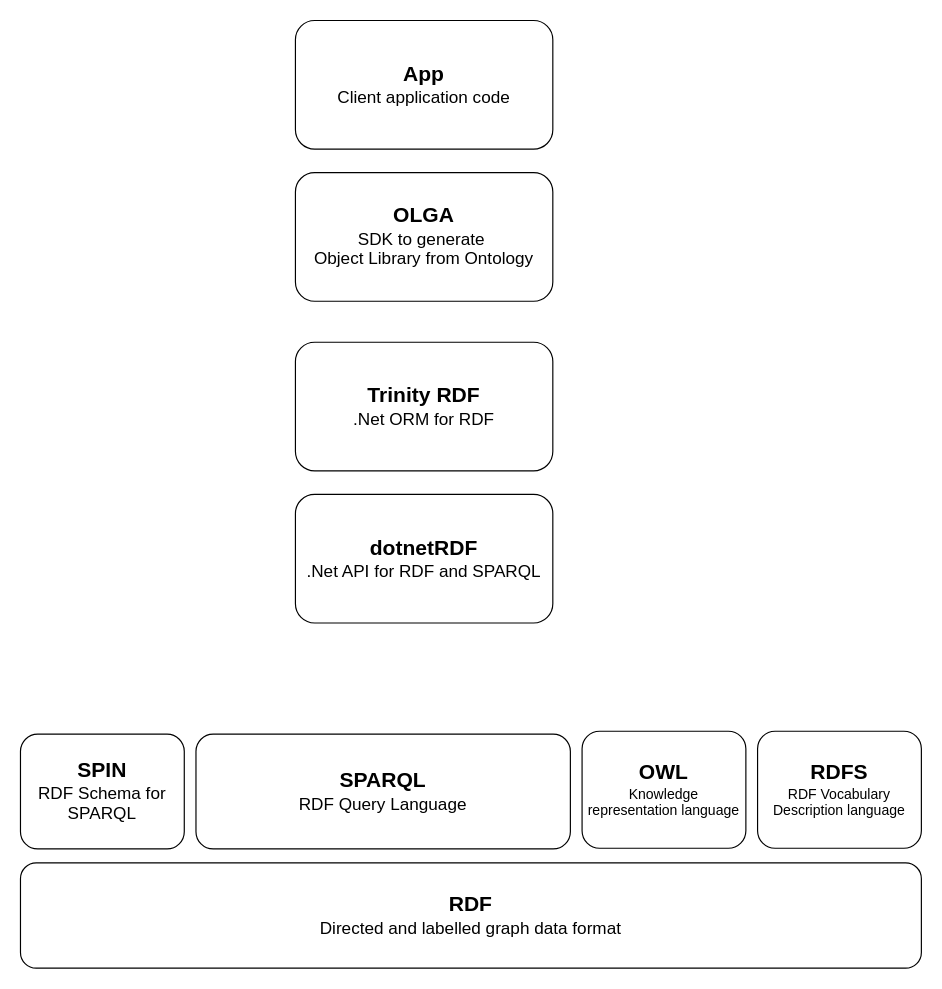
This is page "Page-1" (1 of 2) of RDF.drawio from ganijon/notes, a draw.io file, before an edit. Source tidied: cells renumbered, new cells numbered last; positions are measured from the earlier drawing's top-left corner, leaving out a move shared by most shapes. Both pictures are drawn from the tidied source at 117%, with x=0, y=0 at pixel (20, 20).
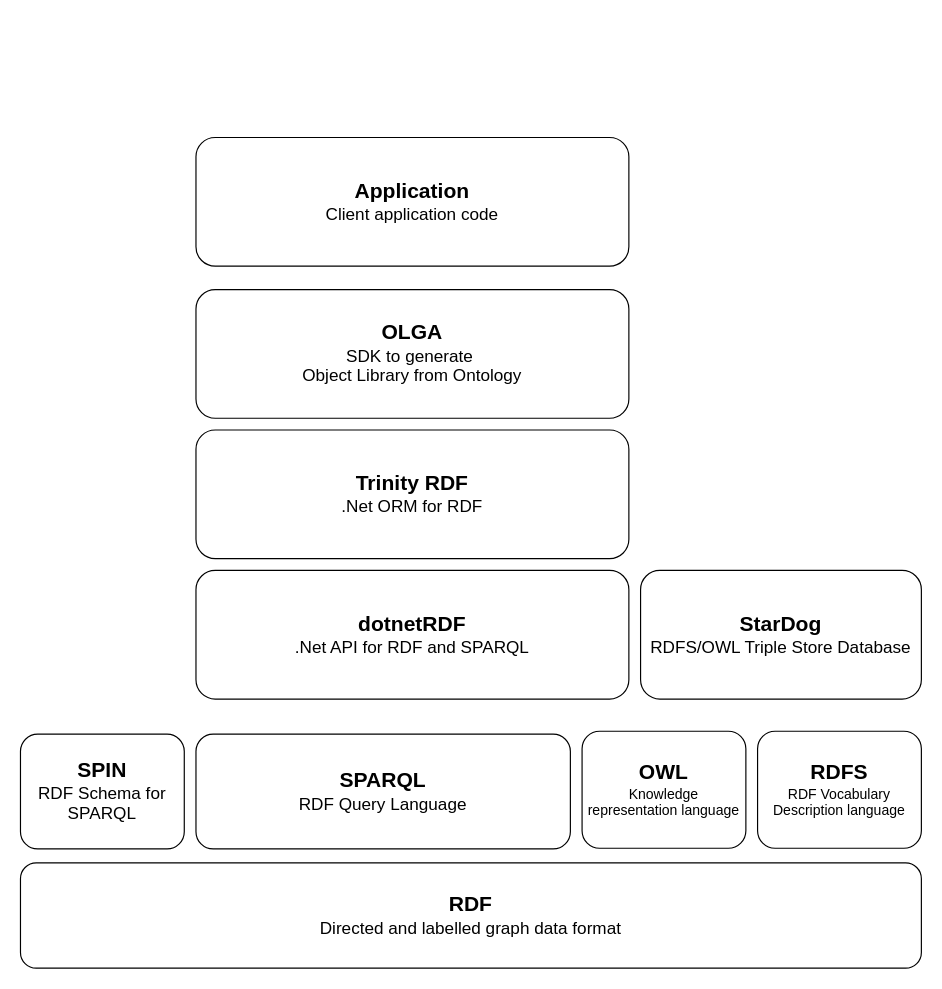
After the change.

Change to the diagram source:
```diff
@@
 <mxGraphModel>
   <root>
     <mxCell id="0" />
     <mxCell id="1" parent="0" />
     <mxCell id="2" value="&lt;font style=&quot;font-size: 18px&quot;&gt;&lt;b&gt;RDF&lt;/b&gt;&lt;/font&gt;&lt;br&gt;&lt;p style=&quot;margin-top: 0pt ; margin-bottom: 0pt ; margin-left: 0in ; direction: ltr ; unicode-bidi: embed ; word-break: normal&quot;&gt;&lt;span style=&quot;font-size: 11pt ; font-family: &amp;#34;calibri&amp;#34;&quot;&gt;Directed and labelled graph data format&lt;/span&gt;&lt;/p&gt;" style="rounded=1;whiteSpace=wrap;html=1;" parent="1" vertex="1">
       <mxGeometry y="720" width="770" height="90" as="geometry" />
     </mxCell>
     <mxCell id="3" value="&lt;font&gt;&lt;font style=&quot;font-size: 18px&quot;&gt;&lt;b&gt;RDFS&lt;/b&gt;&lt;/font&gt;&lt;br&gt;RDF Vocabulary Description language&lt;br&gt;&lt;/font&gt;" style="rounded=1;whiteSpace=wrap;html=1;" parent="1" vertex="1">
       <mxGeometry x="630" y="607.5" width="140" height="100" as="geometry" />
     </mxCell>
     <mxCell id="4" value="&lt;font style=&quot;font-size: 18px&quot;&gt;&lt;b&gt;SPARQL&lt;/b&gt;&lt;/font&gt;&lt;br&gt;&lt;p style=&quot;margin-top: 0pt ; margin-bottom: 0pt ; margin-left: 0in ; direction: ltr ; unicode-bidi: embed ; word-break: normal&quot;&gt;&lt;span style=&quot;font-size: 11pt ; font-family: &amp;#34;calibri&amp;#34;&quot;&gt;RDF&lt;/span&gt;&lt;span style=&quot;font-size: 11pt ; font-family: &amp;#34;calibri&amp;#34;&quot;&gt; &lt;/span&gt;&lt;span style=&quot;font-size: 11pt ; font-family: &amp;#34;calibri&amp;#34;&quot;&gt;Query&lt;/span&gt;&lt;span style=&quot;font-size: 11pt ; font-family: &amp;#34;calibri&amp;#34;&quot;&gt; &lt;/span&gt;&lt;span style=&quot;font-size: 11pt ; font-family: &amp;#34;calibri&amp;#34;&quot;&gt;Language&lt;/span&gt;&lt;/p&gt;" style="rounded=1;whiteSpace=wrap;html=1;" parent="1" vertex="1">
       <mxGeometry x="150" y="610" width="320" height="98" as="geometry" />
     </mxCell>
     <mxCell id="5" value="&lt;font style=&quot;font-size: 18px&quot;&gt;&lt;b&gt;SPIN&lt;/b&gt;&lt;/font&gt;&lt;br&gt;&lt;p style=&quot;margin-top: 0pt ; margin-bottom: 0pt ; margin-left: 0in ; direction: ltr ; unicode-bidi: embed ; word-break: normal&quot;&gt;&lt;span style=&quot;font-size: 11pt ; font-family: &amp;#34;calibri&amp;#34;&quot;&gt;RDF&lt;/span&gt;&lt;span style=&quot;font-size: 11pt ; font-family: &amp;#34;calibri&amp;#34;&quot;&gt; &lt;/span&gt;&lt;span style=&quot;font-size: 11pt ; font-family: &amp;#34;calibri&amp;#34;&quot;&gt;Schema for&lt;/span&gt;&lt;span style=&quot;font-size: 11pt ; font-family: &amp;#34;calibri&amp;#34;&quot;&gt; &lt;/span&gt;&lt;span style=&quot;font-size: 11pt ; font-family: &amp;#34;calibri&amp;#34;&quot;&gt;SPARQ&lt;/span&gt;&lt;span style=&quot;font-size: 11pt ; font-family: &amp;#34;calibri&amp;#34;&quot;&gt;L&lt;/span&gt;&lt;/p&gt;" style="rounded=1;whiteSpace=wrap;html=1;" parent="1" vertex="1">
       <mxGeometry y="610" width="140" height="98" as="geometry" />
     </mxCell>
     <mxCell id="6" value="&lt;font style=&quot;font-size: 18px&quot;&gt;&lt;b&gt;dotnetRDF&lt;/b&gt;&lt;/font&gt;&lt;br&gt;&lt;p style=&quot;margin-top: 0pt ; margin-bottom: 0pt ; margin-left: 0in ; direction: ltr ; unicode-bidi: embed ; word-break: normal&quot;&gt;&lt;span style=&quot;font-size: 11pt ; font-family: &amp;#34;calibri&amp;#34;&quot;&gt;.Net API&amp;nbsp;&lt;/span&gt;&lt;span style=&quot;font-family: &amp;#34;calibri&amp;#34; ; font-size: 11pt&quot;&gt;for RDF and SPARQL&lt;/span&gt;&lt;/p&gt;" style="rounded=1;whiteSpace=wrap;html=1;" parent="1" vertex="1">
-      <mxGeometry x="235" y="405" width="220" height="110" as="geometry" />
+      <mxGeometry x="150" y="470" width="370" height="110" as="geometry" />
     </mxCell>
     <mxCell id="7" value="&lt;font style=&quot;font-size: 18px&quot;&gt;&lt;b&gt;Trinity RDF&lt;/b&gt;&lt;/font&gt;&lt;br&gt;&lt;p style=&quot;margin-top: 0pt ; margin-bottom: 0pt ; margin-left: 0in ; direction: ltr ; unicode-bidi: embed ; word-break: normal&quot;&gt;&lt;span style=&quot;font-size: 11pt ; font-family: &amp;#34;calibri&amp;#34;&quot;&gt;.Net ORM for RDF&lt;/span&gt;&lt;/p&gt;" style="rounded=1;whiteSpace=wrap;html=1;" parent="1" vertex="1">
-      <mxGeometry x="235" y="275" width="220" height="110" as="geometry" />
+      <mxGeometry x="150" y="350" width="370" height="110" as="geometry" />
     </mxCell>
     <mxCell id="8" value="&lt;font style=&quot;font-size: 18px&quot;&gt;&lt;b&gt;OLGA&lt;/b&gt;&lt;/font&gt;&lt;br&gt;&lt;span style=&quot;font-family: &amp;#34;calibri&amp;#34; ; font-size: 14.6667px&quot;&gt;SDK to generate&amp;nbsp;&lt;/span&gt;&lt;p style=&quot;margin-top: 0pt ; margin-bottom: 0pt ; margin-left: 0in ; direction: ltr ; unicode-bidi: embed ; word-break: normal&quot;&gt;&lt;span style=&quot;font-size: 11pt ; font-family: &amp;#34;calibri&amp;#34;&quot;&gt;Object Library from Ontology&lt;/span&gt;&lt;/p&gt;" style="rounded=1;whiteSpace=wrap;html=1;" parent="1" vertex="1">
-      <mxGeometry x="235" y="130" width="220" height="110" as="geometry" />
+      <mxGeometry x="150" y="230" width="370" height="110" as="geometry" />
     </mxCell>
     <mxCell id="9" value="&lt;font&gt;&lt;font style=&quot;font-size: 18px&quot;&gt;&lt;b&gt;OWL&lt;/b&gt;&lt;/font&gt;&lt;br&gt;Knowledge representation language&lt;br&gt;&lt;/font&gt;" style="rounded=1;whiteSpace=wrap;html=1;" parent="1" vertex="1">
       <mxGeometry x="480" y="607.5" width="140" height="100" as="geometry" />
     </mxCell>
-    <mxCell id="10" value="&lt;font style=&quot;font-size: 18px&quot;&gt;&lt;b&gt;App&lt;/b&gt;&lt;/font&gt;&lt;br&gt;&lt;span style=&quot;font-family: &amp;#34;calibri&amp;#34; ; font-size: 14.6667px&quot;&gt;Client application code&lt;/span&gt;&lt;span style=&quot;font-family: &amp;#34;calibri&amp;#34; ; font-size: 14.6667px&quot;&gt;&lt;br&gt;&lt;/span&gt;" style="rounded=1;whiteSpace=wrap;html=1;" parent="1" vertex="1">
-      <mxGeometry x="235" width="220" height="110" as="geometry" />
+    <mxCell id="10" value="&lt;font style=&quot;font-size: 18px&quot;&gt;&lt;b&gt;Application&lt;br&gt;&lt;/b&gt;&lt;/font&gt;&lt;span style=&quot;font-family: &amp;#34;calibri&amp;#34; ; font-size: 14.6667px&quot;&gt;Client application code&lt;/span&gt;&lt;span style=&quot;font-family: &amp;#34;calibri&amp;#34; ; font-size: 14.6667px&quot;&gt;&lt;br&gt;&lt;/span&gt;" style="rounded=1;whiteSpace=wrap;html=1;" parent="1" vertex="1">
+      <mxGeometry x="150" y="100" width="370" height="110" as="geometry" />
     </mxCell>
+    <mxCell id="11" value="&lt;font style=&quot;font-size: 18px&quot;&gt;&lt;b&gt;StarDog&lt;/b&gt;&lt;/font&gt;&lt;br&gt;&lt;span style=&quot;font-family: &amp;#34;calibri&amp;#34; ; font-size: 14.6667px&quot;&gt;RDFS/OWL Triple Store Database&lt;/span&gt;&lt;span style=&quot;font-family: &amp;#34;calibri&amp;#34; ; font-size: 14.6667px&quot;&gt;&lt;br&gt;&lt;/span&gt;" style="rounded=1;whiteSpace=wrap;html=1;" parent="1" vertex="1">
+      <mxGeometry x="530" y="470" width="240" height="110" as="geometry" />
+    </mxCell>
   </root>
 </mxGraphModel>
```
